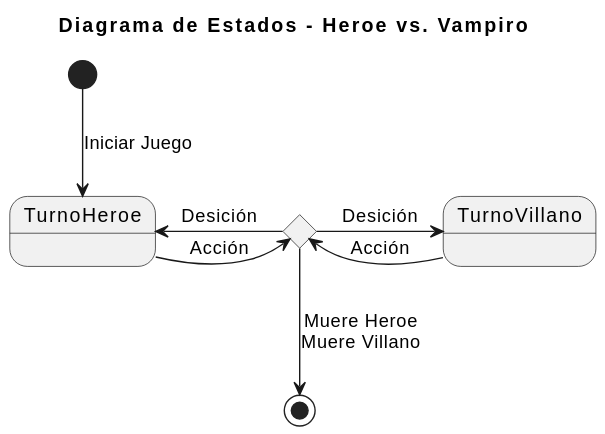
This is images/modelosUML/modelosUML/diagramaEstados.svg from mmasias/23-24-IdSw2-SDD, a PlantUML export, as it was before one commit.
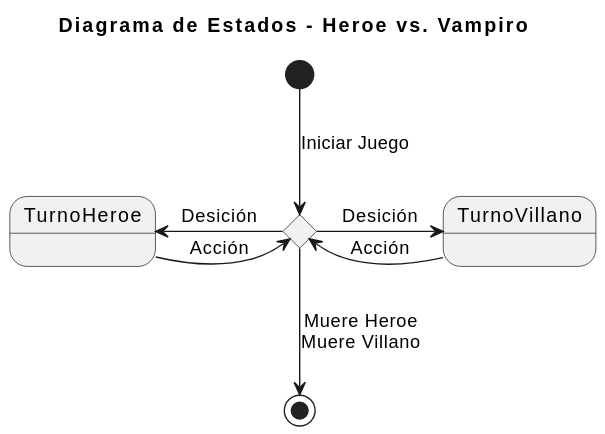
After the change.

Commit message:
update diagrama de estados

What changed in the source:
```diff
@@ -2,7 +2,7 @@
 title Diagrama de Estados - Heroe vs. Vampiro
 state c <<choice>>
 
-[*] -d-> TurnoHeroe : Iniciar Juego
+[*] -d-> c : Iniciar Juego
 
 TurnoHeroe -r--> c : Acción
 TurnoVillano -l--> c : Acción
```
